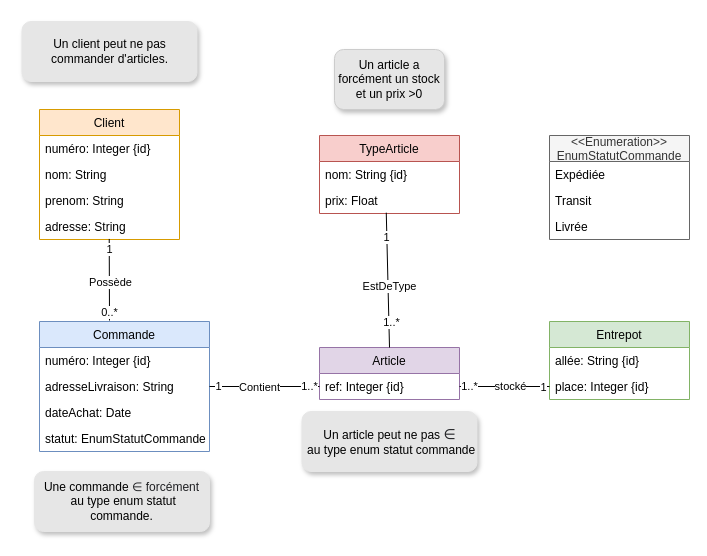
Before: Projet.drawio in riad73/INF403, a draw.io diagram. Source tidied: cells renumbered, new cells numbered last; positions are measured from the earlier drawing's top-left corner, leaving out a move shared by most shapes. Both pictures are drawn from the tidied source at 100%, with x=0, y=0 at pixel (21, 21).
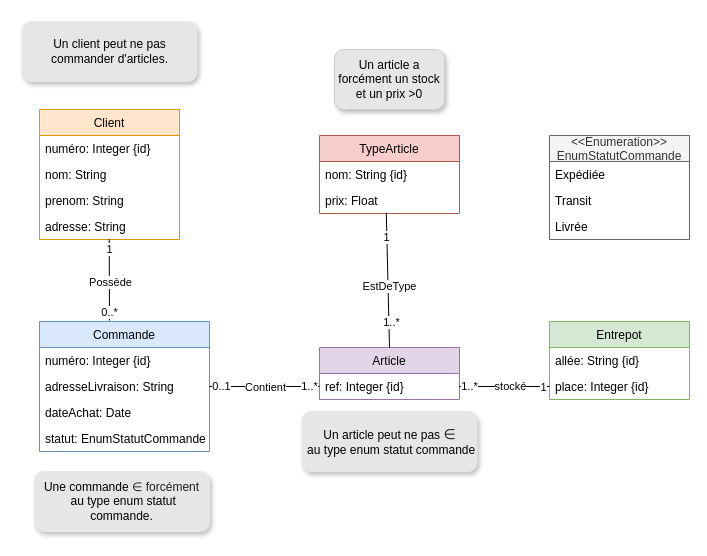
Above is the later version.

Unchanged cells that the change refers to:
```xml
<mxCell id="17" style="endArrow=none;html=1;exitX=1;exitY=0.5;exitDx=0;exitDy=0;entryX=0;entryY=0.5;entryDx=0;entryDy=0;" parent="1" edge="1">
  <mxGeometry relative="1" as="geometry">
    <mxPoint x="188" y="365" as="sourcePoint" />
    <mxPoint x="298" y="365" as="targetPoint" />
  </mxGeometry>
</mxCell>
```

Change to the diagram source:
```diff
@@
     <mxCell id="18" value="Contient" style="edgeLabel;html=1;align=center;verticalAlign=middle;" parent="17" vertex="1">
       <mxGeometry x="-0.13" y="-3" relative="1" as="geometry">
-        <mxPoint x="1.7" y="-3" as="offset" />
+        <mxPoint x="7" y="-3" as="offset" />
       </mxGeometry>
     </mxCell>
-    <mxCell id="19" value="1" style="edgeLabel;html=1;align=center;verticalAlign=middle;" parent="17" vertex="1">
-      <mxGeometry x="-0.86" y="1" relative="1" as="geometry" />
+    <mxCell id="19" value="0..1" style="edgeLabel;html=1;align=center;verticalAlign=middle;" parent="17" vertex="1">
+      <mxGeometry x="-0.86" y="1" relative="1" as="geometry">
+        <mxPoint x="3" as="offset" />
+      </mxGeometry>
     </mxCell>
```
